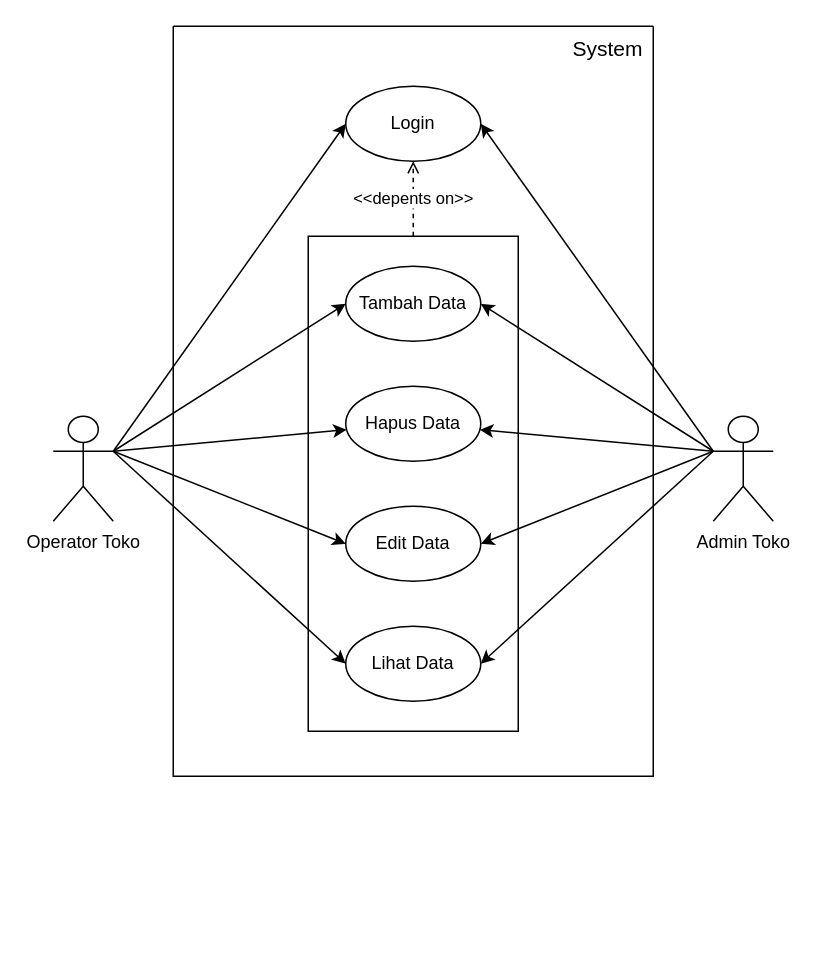
061WAHYU/Flowchat keeps this draw.io diagram as Diagram Tanpa Judul.drawio. Above is the earlier version. Source tidied: cells renumbered, new cells numbered last; positions are measured from the earlier drawing's top-left corner, leaving out a move shared by most shapes. Both pictures are drawn from the tidied source at 150%, with x=0, y=0 at pixel (52, 26).
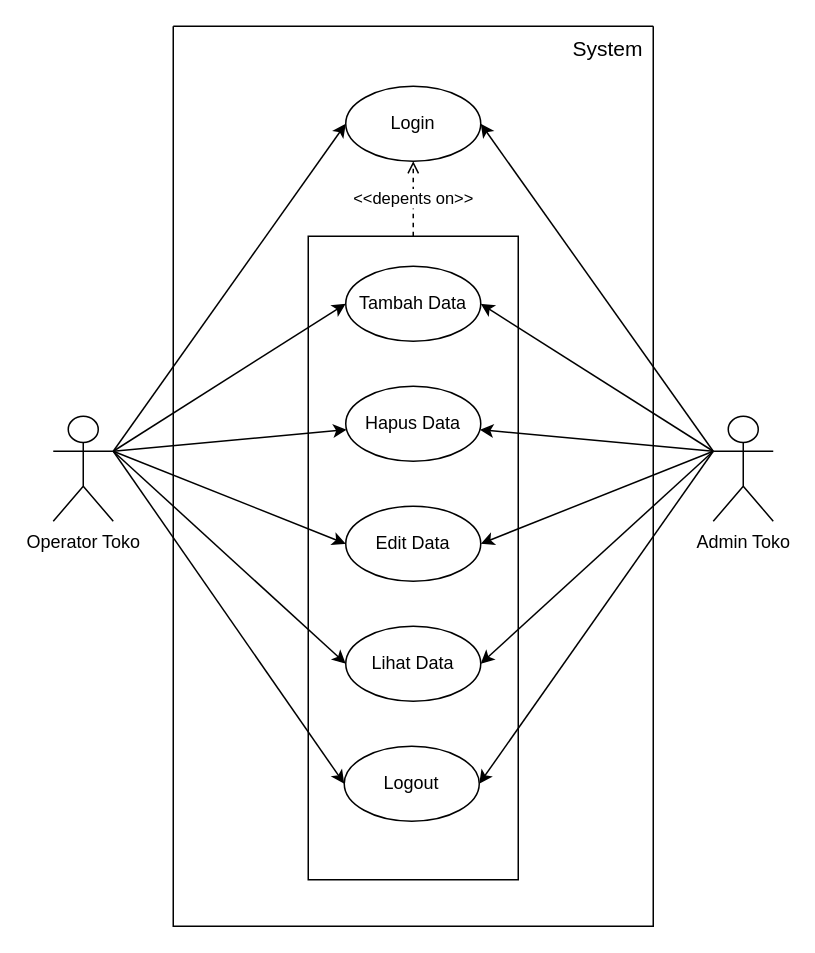
The same page after the edit.

Unchanged cells that the change refers to:
```xml
<mxCell id="16" value="Admin Toko" style="shape=umlActor;verticalLabelPosition=bottom;verticalAlign=top;html=1;outlineConnect=0;" parent="1" vertex="1">
  <mxGeometry x="440" y="260" width="40" height="70" as="geometry" />
</mxCell>
<mxCell id="22" value="Operator Toko" style="shape=umlActor;verticalLabelPosition=bottom;verticalAlign=top;html=1;outlineConnect=0;" parent="1" vertex="1">
  <mxGeometry y="260" width="40" height="70" as="geometry" />
</mxCell>
```

Change to the diagram source:
```diff
@@
     <mxCell id="2" style="swimlane;startSize=0;" parent="1" vertex="1">
-      <mxGeometry x="80" width="320" height="500" as="geometry" />
+      <mxGeometry x="80" width="320" height="600" as="geometry" />
     </mxCell>
@@
     <mxCell id="4" style="rounded=0;whiteSpace=wrap;html=1;fillColor=none;" parent="2" vertex="1">
-      <mxGeometry x="90" y="140" width="140" height="330" as="geometry" />
+      <mxGeometry x="90" y="140" width="140" height="429" as="geometry" />
     </mxCell>
@@
+    <mxCell id="23" value="Logout" style="ellipse;whiteSpace=wrap;html=1;" parent="2" vertex="1">
+      <mxGeometry x="114" y="480" width="90" height="50" as="geometry" />
+    </mxCell>
@@
+    <mxCell id="24" style="rounded=0;jettySize=auto;html=1;exitX=0;exitY=0.3333333333333333;exitDx=0;exitDy=0;exitPerimeter=0;entryX=1;entryY=0.5;entryDx=0;entryDy=0;" parent="1" edge="1" source="16" target="23">
+      <mxGeometry relative="1" as="geometry" />
+    </mxCell>
@@
+    <mxCell id="25" style="rounded=0;jettySize=auto;html=1;exitX=1;exitY=0.3333333333333333;exitDx=0;exitDy=0;exitPerimeter=0;entryX=0;entryY=0.5;entryDx=0;entryDy=0;" parent="1" edge="1" source="22" target="23">
+      <mxGeometry relative="1" as="geometry" />
+    </mxCell>
```
